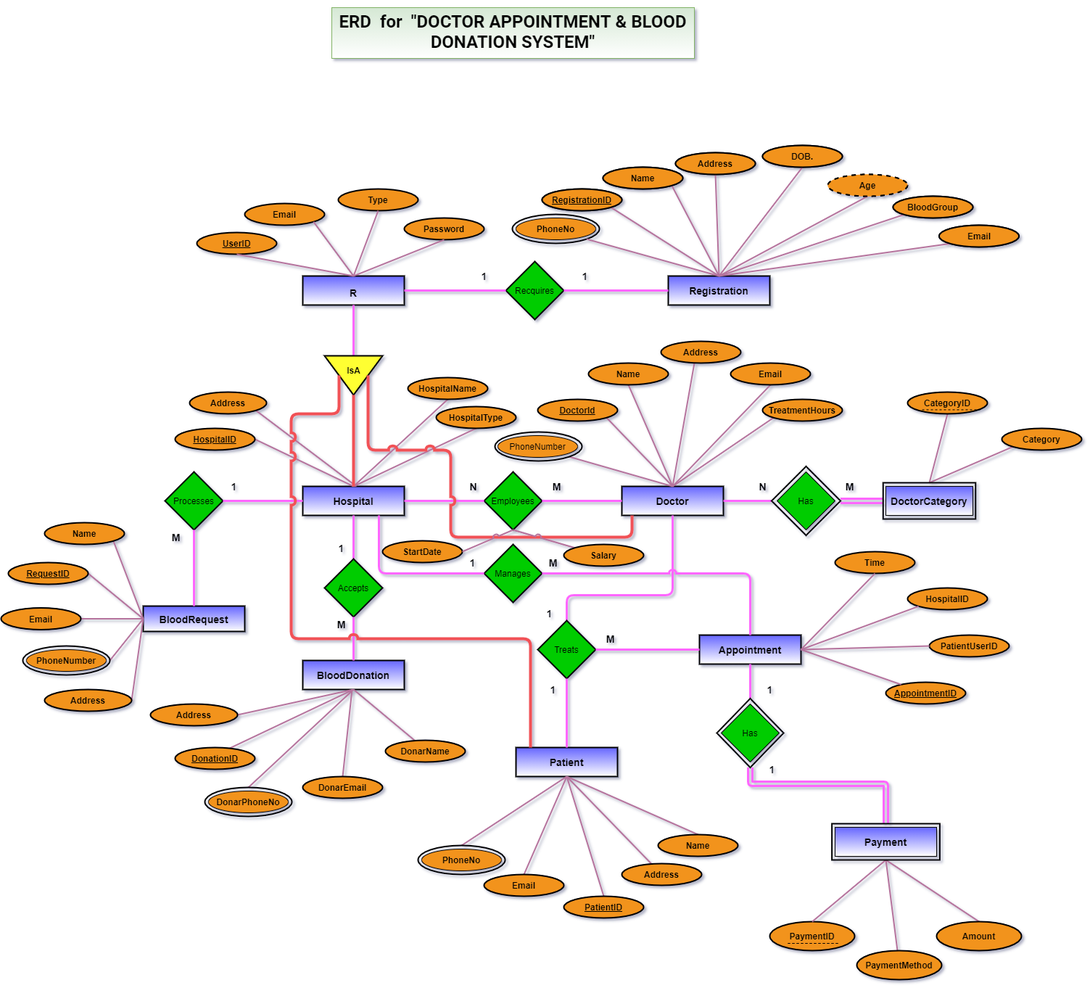
Above: Medical Management System.png in Md-Ashiqur-Rahaman-Nishad/MMS-project-ERD (draw.io), before the change. Source tidied: cells renumbered, new cells last; positions are measured from the earlier drawing's top-left corner, leaving out a move shared by most shapes.
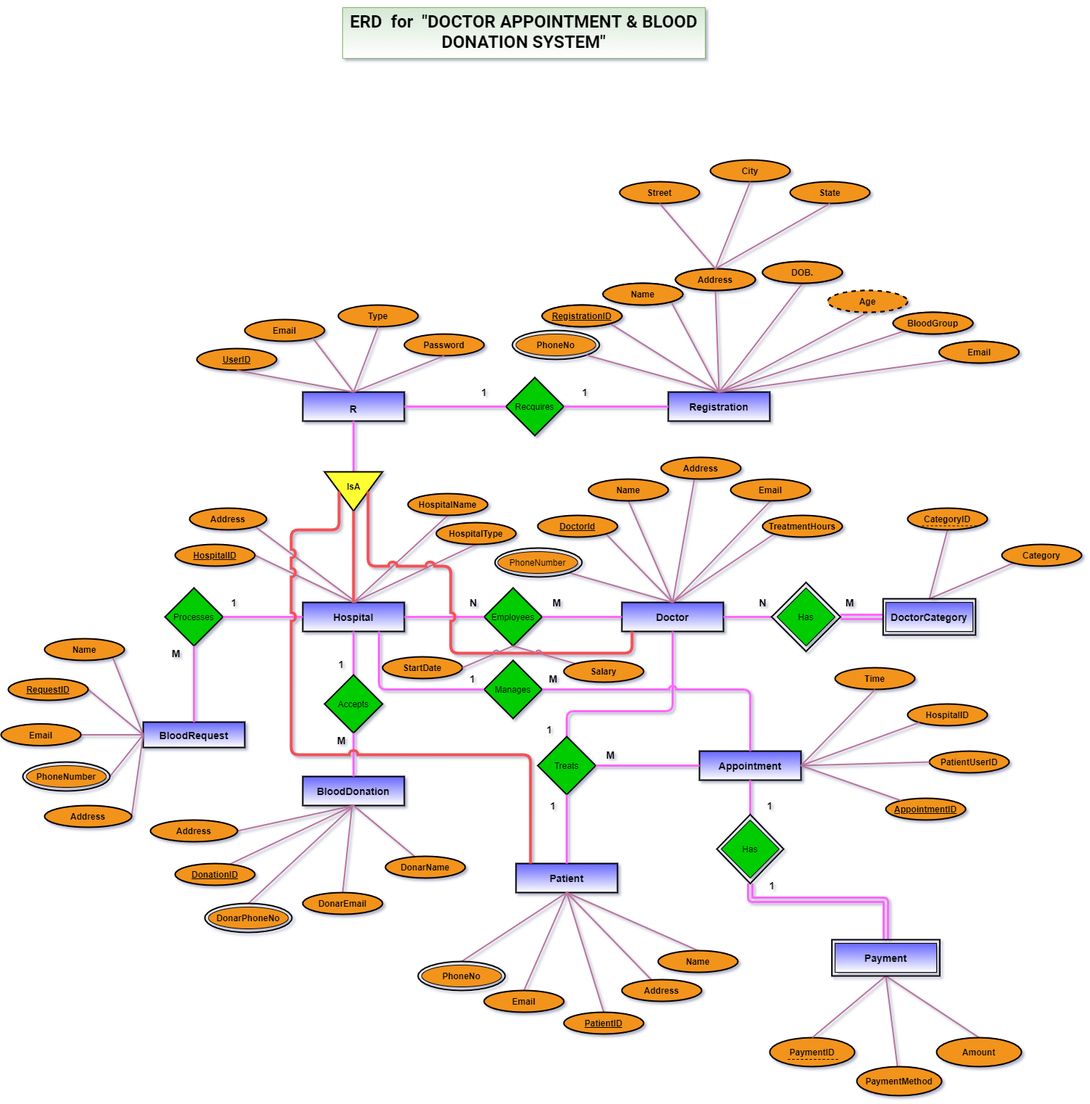
The same file after the commit.

Change to the diagram source:
```diff
@@ -3,7 +3,7 @@
     <mxCell id="0" />
     <mxCell id="1" parent="0" />
     <mxCell id="2" value="&lt;h1&gt;&lt;font face=&quot;ROBOTO&quot;&gt;ERD&amp;nbsp; for&amp;nbsp; &quot;DOCTOR APPOINTMENT &amp;amp; BLOOD DONATION SYSTEM&quot;&lt;/font&gt;&lt;/h1&gt;" style="text;html=1;strokeColor=#82b366;fillColor=#d5e8d4;spacing=5;spacingTop=-20;whiteSpace=wrap;overflow=hidden;rounded=0;align=center;gradientColor=#ffffff;rotation=0;" parent="1" vertex="1">
-      <mxGeometry x="456" width="500" height="70" as="geometry" />
+      <mxGeometry x="471" y="-160" width="500" height="70" as="geometry" />
     </mxCell>
     <mxCell id="3" value="&lt;h1&gt;&lt;font style=&quot;font-size: 14px&quot;&gt;&lt;b&gt;R&lt;/b&gt;&lt;/font&gt;&lt;/h1&gt;" style="rounded=0;whiteSpace=wrap;html=1;gradientColor=#ffffff;fillColor=#6666FF;strokeWidth=2;align=center;" parent="1" vertex="1">
       <mxGeometry x="416" y="370" width="140" height="40" as="geometry" />
@@ -662,5 +662,23 @@
         <mxPoint x="1350" y="554.4" as="targetPoint" />
       </mxGeometry>
     </mxCell>
+    <mxCell id="202" value="&lt;b&gt;Street&lt;/b&gt;" style="ellipse;whiteSpace=wrap;html=1;fillColor=#F2931E;strokeWidth=2;align=center;" parent="1" vertex="1">
+      <mxGeometry x="853" y="80" width="110" height="30" as="geometry" />
+    </mxCell>
+    <mxCell id="203" value="&lt;b&gt;State&lt;/b&gt;" style="ellipse;whiteSpace=wrap;html=1;fillColor=#F2931E;strokeWidth=2;align=center;" parent="1" vertex="1">
+      <mxGeometry x="1088" y="80" width="110" height="30" as="geometry" />
+    </mxCell>
+    <mxCell id="204" value="&lt;b&gt;City&lt;/b&gt;" style="ellipse;whiteSpace=wrap;html=1;fillColor=#F2931E;strokeWidth=2;align=center;" parent="1" vertex="1">
+      <mxGeometry x="978" y="50" width="110" height="30" as="geometry" />
+    </mxCell>
+    <mxCell id="205" style="endArrow=none;html=1;entryX=0.5;entryY=1;entryDx=0;entryDy=0;exitX=0.5;exitY=0;exitDx=0;exitDy=0;strokeColor=#B5739D;strokeWidth=2;align=center;" parent="1" edge="1" source="153" target="203">
+      <mxGeometry relative="1" as="geometry" />
+    </mxCell>
+    <mxCell id="206" style="endArrow=none;html=1;strokeColor=#B5739D;strokeWidth=2;align=center;exitX=0.5;exitY=0;exitDx=0;exitDy=0;entryX=0.5;entryY=1;entryDx=0;entryDy=0;" parent="1" edge="1" source="153" target="202">
+      <mxGeometry relative="1" as="geometry" />
+    </mxCell>
+    <mxCell id="207" style="endArrow=none;html=1;entryX=0.5;entryY=1;entryDx=0;entryDy=0;strokeColor=#B5739D;strokeWidth=2;align=center;exitX=0.5;exitY=0;exitDx=0;exitDy=0;" parent="1" edge="1" source="153" target="204">
+      <mxGeometry relative="1" as="geometry" />
+    </mxCell>
   </root>
 </mxGraphModel>
```
